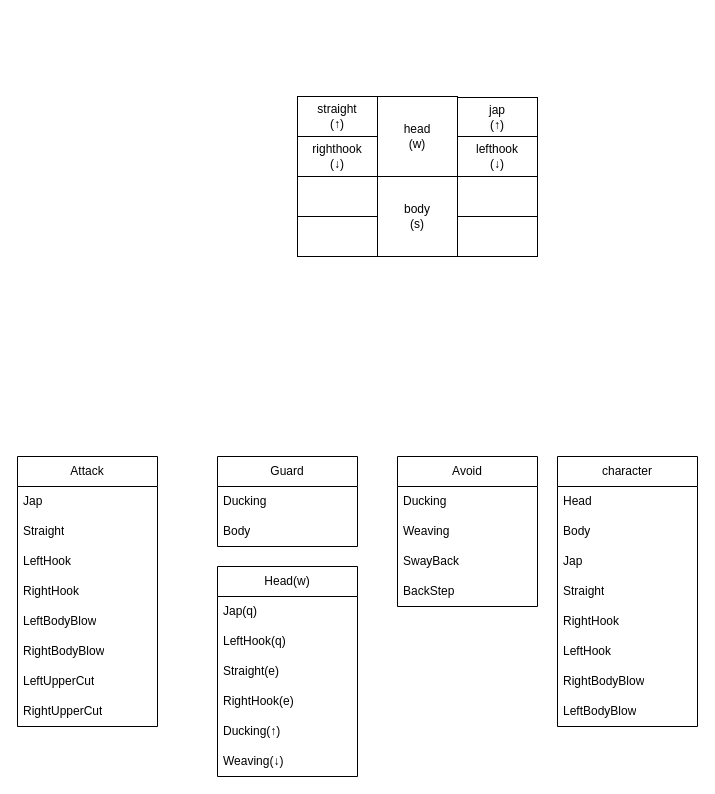
Earlier version of the draw.io diagram Boxing Game Producing.drawio (KanghyeokYeo/KGB_OOPConsoleProject). Source tidied: cells renumbered, new cells numbered last; positions are measured from the earlier drawing's top-left corner, leaving out a move shared by most shapes. Both pictures are drawn from the tidied source at 100%, with x=0, y=0 at pixel (17, 96).
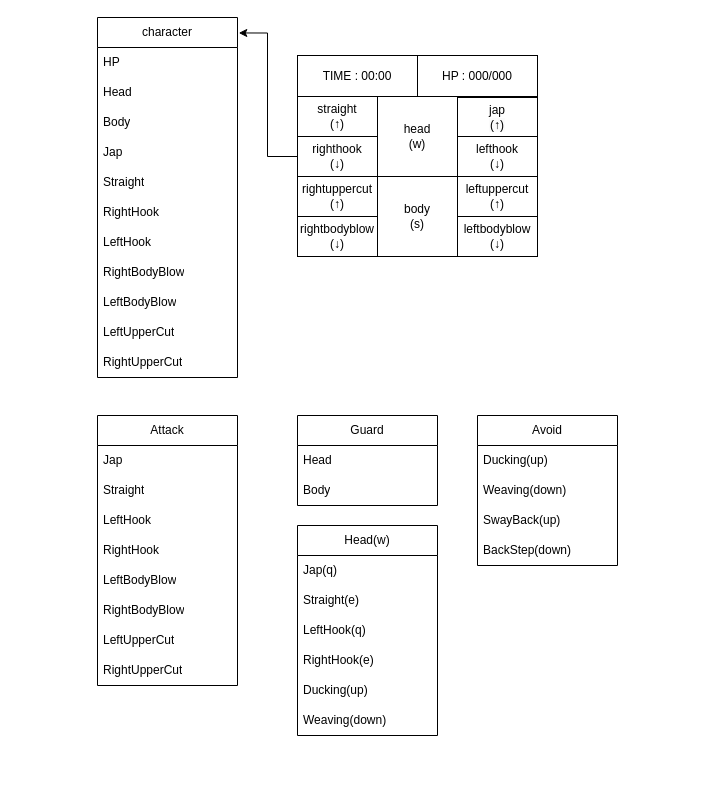
Above is the later version.

Unchanged cells that the change refers to:
```xml
<mxCell id="39" value="righthook&lt;div&gt;(&lt;span style=&quot;background-color: initial;&quot;&gt;↓&lt;/span&gt;&lt;span style=&quot;background-color: initial;&quot;&gt;)&lt;/span&gt;&lt;/div&gt;" style="rounded=0;whiteSpace=wrap;html=1;" parent="1" vertex="1">
  <mxGeometry x="280" y="40" width="80" height="40" as="geometry" />
</mxCell>
```

Change to the diagram source:
```diff
@@
     <mxCell id="3" value="Attack" style="swimlane;fontStyle=0;horizontal=1;startSize=30;whiteSpace=wrap;html=1;" parent="1" vertex="1">
-      <mxGeometry y="360" width="140" height="270" as="geometry" />
+      <mxGeometry x="80" y="319" width="140" height="270" as="geometry" />
     </mxCell>
@@
     <mxCell id="12" value="Guard" style="swimlane;fontStyle=0;horizontal=1;startSize=30;whiteSpace=wrap;html=1;" parent="1" vertex="1">
-      <mxGeometry x="200" y="360" width="140" height="90" as="geometry" />
+      <mxGeometry x="280" y="319" width="140" height="90" as="geometry" />
     </mxCell>
-    <mxCell id="13" value="Ducking" style="text;strokeColor=none;fillColor=none;align=left;verticalAlign=middle;spacingLeft=4;spacingRight=4;overflow=hidden;whiteSpace=wrap;html=1;" parent="12" vertex="1">
+    <mxCell id="13" value="Head" style="text;strokeColor=none;fillColor=none;align=left;verticalAlign=middle;spacingLeft=4;spacingRight=4;overflow=hidden;whiteSpace=wrap;html=1;" parent="12" vertex="1">
       <mxGeometry y="30" width="140" height="30" as="geometry" />
     </mxCell>
@@
     <mxCell id="15" value="Avoid" style="swimlane;fontStyle=0;horizontal=1;startSize=30;whiteSpace=wrap;html=1;" parent="1" vertex="1">
-      <mxGeometry x="380" y="360" width="140" height="150" as="geometry" />
+      <mxGeometry x="460" y="319" width="140" height="150" as="geometry" />
     </mxCell>
-    <mxCell id="16" value="Ducking" style="text;strokeColor=none;fillColor=none;align=left;verticalAlign=middle;spacingLeft=4;spacingRight=4;overflow=hidden;whiteSpace=wrap;html=1;" parent="15" vertex="1">
+    <mxCell id="16" value="Ducking(up)" style="text;strokeColor=none;fillColor=none;align=left;verticalAlign=middle;spacingLeft=4;spacingRight=4;overflow=hidden;whiteSpace=wrap;html=1;" parent="15" vertex="1">
       <mxGeometry y="30" width="140" height="30" as="geometry" />
     </mxCell>
-    <mxCell id="17" value="Weaving" style="text;strokeColor=none;fillColor=none;align=left;verticalAlign=middle;spacingLeft=4;spacingRight=4;overflow=hidden;whiteSpace=wrap;html=1;" parent="15" vertex="1">
+    <mxCell id="17" value="Weaving(down)" style="text;strokeColor=none;fillColor=none;align=left;verticalAlign=middle;spacingLeft=4;spacingRight=4;overflow=hidden;whiteSpace=wrap;html=1;" parent="15" vertex="1">
       <mxGeometry y="60" width="140" height="30" as="geometry" />
     </mxCell>
-    <mxCell id="18" value="SwayBack" style="text;strokeColor=none;fillColor=none;align=left;verticalAlign=middle;spacingLeft=4;spacingRight=4;overflow=hidden;whiteSpace=wrap;html=1;" parent="15" vertex="1">
+    <mxCell id="18" value="SwayBack(up)" style="text;strokeColor=none;fillColor=none;align=left;verticalAlign=middle;spacingLeft=4;spacingRight=4;overflow=hidden;whiteSpace=wrap;html=1;" parent="15" vertex="1">
       <mxGeometry y="90" width="140" height="30" as="geometry" />
     </mxCell>
-    <mxCell id="19" value="BackStep" style="text;strokeColor=none;fillColor=none;align=left;verticalAlign=middle;spacingLeft=4;spacingRight=4;overflow=hidden;whiteSpace=wrap;html=1;" parent="15" vertex="1">
+    <mxCell id="19" value="BackStep(down)" style="text;strokeColor=none;fillColor=none;align=left;verticalAlign=middle;spacingLeft=4;spacingRight=4;overflow=hidden;whiteSpace=wrap;html=1;" parent="15" vertex="1">
       <mxGeometry y="120" width="140" height="30" as="geometry" />
     </mxCell>
     <mxCell id="20" value="Head(w)" style="swimlane;fontStyle=0;horizontal=1;startSize=30;whiteSpace=wrap;html=1;" parent="1" vertex="1">
-      <mxGeometry x="200" y="470" width="140" height="210" as="geometry" />
+      <mxGeometry x="280" y="429" width="140" height="210" as="geometry" />
     </mxCell>
@@
+    <mxCell id="23" value="Straight(e)" style="text;strokeColor=none;fillColor=none;align=left;verticalAlign=middle;spacingLeft=4;spacingRight=4;overflow=hidden;whiteSpace=wrap;html=1;" parent="20" vertex="1">
+      <mxGeometry y="60" width="140" height="30" as="geometry" />
+    </mxCell>
     <mxCell id="22" value="LeftHook(q)" style="text;strokeColor=none;fillColor=none;align=left;verticalAlign=middle;spacingLeft=4;spacingRight=4;overflow=hidden;whiteSpace=wrap;html=1;" parent="20" vertex="1">
-      <mxGeometry y="60" width="140" height="30" as="geometry" />
+      <mxGeometry y="90" width="140" height="30" as="geometry" />
     </mxCell>
-    <mxCell id="23" value="Straight(e)" style="text;strokeColor=none;fillColor=none;align=left;verticalAlign=middle;spacingLeft=4;spacingRight=4;overflow=hidden;whiteSpace=wrap;html=1;" parent="20" vertex="1">
-      <mxGeometry y="90" width="140" height="30" as="geometry" />
-    </mxCell>
@@
-    <mxCell id="25" value="Ducking(↑)" style="text;strokeColor=none;fillColor=none;align=left;verticalAlign=middle;spacingLeft=4;spacingRight=4;overflow=hidden;whiteSpace=wrap;html=1;" parent="20" vertex="1">
+    <mxCell id="25" value="Ducking(up&lt;span style=&quot;background-color: initial;&quot;&gt;)&lt;/span&gt;" style="text;strokeColor=none;fillColor=none;align=left;verticalAlign=middle;spacingLeft=4;spacingRight=4;overflow=hidden;whiteSpace=wrap;html=1;" parent="20" vertex="1">
       <mxGeometry y="150" width="140" height="30" as="geometry" />
     </mxCell>
-    <mxCell id="26" value="Weaving(↓)" style="text;strokeColor=none;fillColor=none;align=left;verticalAlign=middle;spacingLeft=4;spacingRight=4;overflow=hidden;whiteSpace=wrap;html=1;" parent="20" vertex="1">
+    <mxCell id="26" value="Weaving(down)" style="text;strokeColor=none;fillColor=none;align=left;verticalAlign=middle;spacingLeft=4;spacingRight=4;overflow=hidden;whiteSpace=wrap;html=1;" parent="20" vertex="1">
       <mxGeometry y="180" width="140" height="30" as="geometry" />
     </mxCell>
     <mxCell id="27" value="character" style="swimlane;fontStyle=0;horizontal=1;startSize=30;whiteSpace=wrap;html=1;" parent="1" vertex="1">
-      <mxGeometry x="540" y="360" width="140" height="270" as="geometry" />
+      <mxGeometry x="80" y="-79" width="140" height="360" as="geometry" />
     </mxCell>
+    <mxCell id="45" value="HP" style="text;strokeColor=none;fillColor=none;align=left;verticalAlign=middle;spacingLeft=4;spacingRight=4;overflow=hidden;whiteSpace=wrap;html=1;" parent="27" vertex="1">
+      <mxGeometry y="30" width="140" height="30" as="geometry" />
+    </mxCell>
     <mxCell id="28" value="Head" style="text;strokeColor=none;fillColor=none;align=left;verticalAlign=middle;spacingLeft=4;spacingRight=4;overflow=hidden;whiteSpace=wrap;html=1;" parent="27" vertex="1">
-      <mxGeometry y="30" width="140" height="30" as="geometry" />
+      <mxGeometry y="60" width="140" height="30" as="geometry" />
     </mxCell>
     <mxCell id="29" value="Body" style="text;strokeColor=none;fillColor=none;align=left;verticalAlign=middle;spacingLeft=4;spacingRight=4;overflow=hidden;whiteSpace=wrap;html=1;" parent="27" vertex="1">
-      <mxGeometry y="60" width="140" height="30" as="geometry" />
+      <mxGeometry y="90" width="140" height="30" as="geometry" />
     </mxCell>
     <mxCell id="30" value="Jap" style="text;strokeColor=none;fillColor=none;align=left;verticalAlign=middle;spacingLeft=4;spacingRight=4;overflow=hidden;whiteSpace=wrap;html=1;" parent="27" vertex="1">
-      <mxGeometry y="90" width="140" height="30" as="geometry" />
+      <mxGeometry y="120" width="140" height="30" as="geometry" />
     </mxCell>
     <mxCell id="31" value="Straight" style="text;strokeColor=none;fillColor=none;align=left;verticalAlign=middle;spacingLeft=4;spacingRight=4;overflow=hidden;whiteSpace=wrap;html=1;" parent="27" vertex="1">
-      <mxGeometry y="120" width="140" height="30" as="geometry" />
+      <mxGeometry y="150" width="140" height="30" as="geometry" />
     </mxCell>
     <mxCell id="32" value="RightHook" style="text;strokeColor=none;fillColor=none;align=left;verticalAlign=middle;spacingLeft=4;spacingRight=4;overflow=hidden;whiteSpace=wrap;html=1;" parent="27" vertex="1">
-      <mxGeometry y="150" width="140" height="30" as="geometry" />
+      <mxGeometry y="180" width="140" height="30" as="geometry" />
     </mxCell>
     <mxCell id="33" value="LeftHook" style="text;strokeColor=none;fillColor=none;align=left;verticalAlign=middle;spacingLeft=4;spacingRight=4;overflow=hidden;whiteSpace=wrap;html=1;" parent="27" vertex="1">
-      <mxGeometry y="180" width="140" height="30" as="geometry" />
+      <mxGeometry y="210" width="140" height="30" as="geometry" />
     </mxCell>
     <mxCell id="34" value="RightBodyBlow" style="text;strokeColor=none;fillColor=none;align=left;verticalAlign=middle;spacingLeft=4;spacingRight=4;overflow=hidden;whiteSpace=wrap;html=1;" parent="27" vertex="1">
-      <mxGeometry y="210" width="140" height="30" as="geometry" />
+      <mxGeometry y="240" width="140" height="30" as="geometry" />
     </mxCell>
     <mxCell id="35" value="LeftBodyBlow" style="text;strokeColor=none;fillColor=none;align=left;verticalAlign=middle;spacingLeft=4;spacingRight=4;overflow=hidden;whiteSpace=wrap;html=1;" parent="27" vertex="1">
-      <mxGeometry y="240" width="140" height="30" as="geometry" />
+      <mxGeometry y="270" width="140" height="30" as="geometry" />
     </mxCell>
+    <mxCell id="46" value="LeftUpperCut" style="text;strokeColor=none;fillColor=none;align=left;verticalAlign=middle;spacingLeft=4;spacingRight=4;overflow=hidden;whiteSpace=wrap;html=1;" parent="27" vertex="1">
+      <mxGeometry y="300" width="140" height="30" as="geometry" />
+    </mxCell>
+    <mxCell id="47" value="RightUpperCut" style="text;strokeColor=none;fillColor=none;align=left;verticalAlign=middle;spacingLeft=4;spacingRight=4;overflow=hidden;whiteSpace=wrap;html=1;" parent="27" vertex="1">
+      <mxGeometry y="330" width="140" height="30" as="geometry" />
+    </mxCell>
@@
-    <mxCell id="41" style="rounded=0;whiteSpace=wrap;html=1;" parent="1" vertex="1">
+    <mxCell id="41" value="rightuppercut&lt;div&gt;(↑)&lt;/div&gt;" style="rounded=0;whiteSpace=wrap;html=1;" parent="1" vertex="1">
       <mxGeometry x="280" y="80" width="80" height="40" as="geometry" />
     </mxCell>
-    <mxCell id="42" style="rounded=0;whiteSpace=wrap;html=1;" parent="1" vertex="1">
+    <mxCell id="42" value="rightbodyblow&lt;div&gt;(↓)&lt;/div&gt;" style="rounded=0;whiteSpace=wrap;html=1;" parent="1" vertex="1">
       <mxGeometry x="280" y="120" width="80" height="40" as="geometry" />
     </mxCell>
-    <mxCell id="43" style="rounded=0;whiteSpace=wrap;html=1;" parent="1" vertex="1">
+    <mxCell id="43" value="leftuppercut&lt;div&gt;(↑)&lt;/div&gt;" style="rounded=0;whiteSpace=wrap;html=1;" parent="1" vertex="1">
       <mxGeometry x="440" y="80" width="80" height="40" as="geometry" />
     </mxCell>
-    <mxCell id="44" style="rounded=0;whiteSpace=wrap;html=1;" parent="1" vertex="1">
+    <mxCell id="44" value="leftbodyblow&lt;div&gt;(↓)&lt;/div&gt;" style="rounded=0;whiteSpace=wrap;html=1;" parent="1" vertex="1">
       <mxGeometry x="440" y="120" width="80" height="40" as="geometry" />
     </mxCell>
+    <mxCell id="48" value="TIME : 00:00" style="rounded=0;whiteSpace=wrap;html=1;" parent="1" vertex="1">
+      <mxGeometry x="280" y="-41" width="120" height="41" as="geometry" />
+    </mxCell>
+    <mxCell id="49" value="HP : 000/000" style="rounded=0;whiteSpace=wrap;html=1;" parent="1" vertex="1">
+      <mxGeometry x="400" y="-41" width="120" height="41" as="geometry" />
+    </mxCell>
+    <mxCell id="50" style="edgeStyle=orthogonalEdgeStyle;rounded=0;jettySize=auto;html=1;exitX=0;exitY=0.5;exitDx=0;exitDy=0;entryX=1.009;entryY=0.043;entryDx=0;entryDy=0;entryPerimeter=0;" parent="1" edge="1" source="39" target="27">
+      <mxGeometry relative="1" as="geometry" />
+    </mxCell>
```
